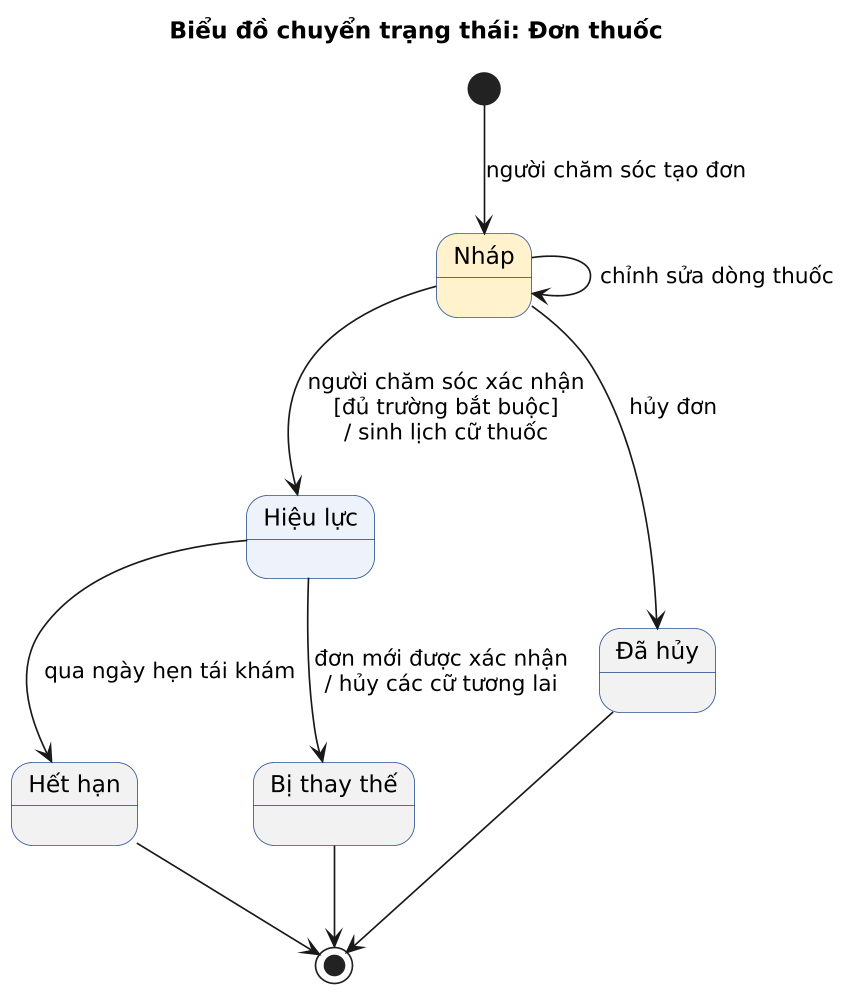
This is docs/architecture/State_Don_Thuoc.png from bblizzardd/KTPMUD, a PlantUML export, as it was before one commit.
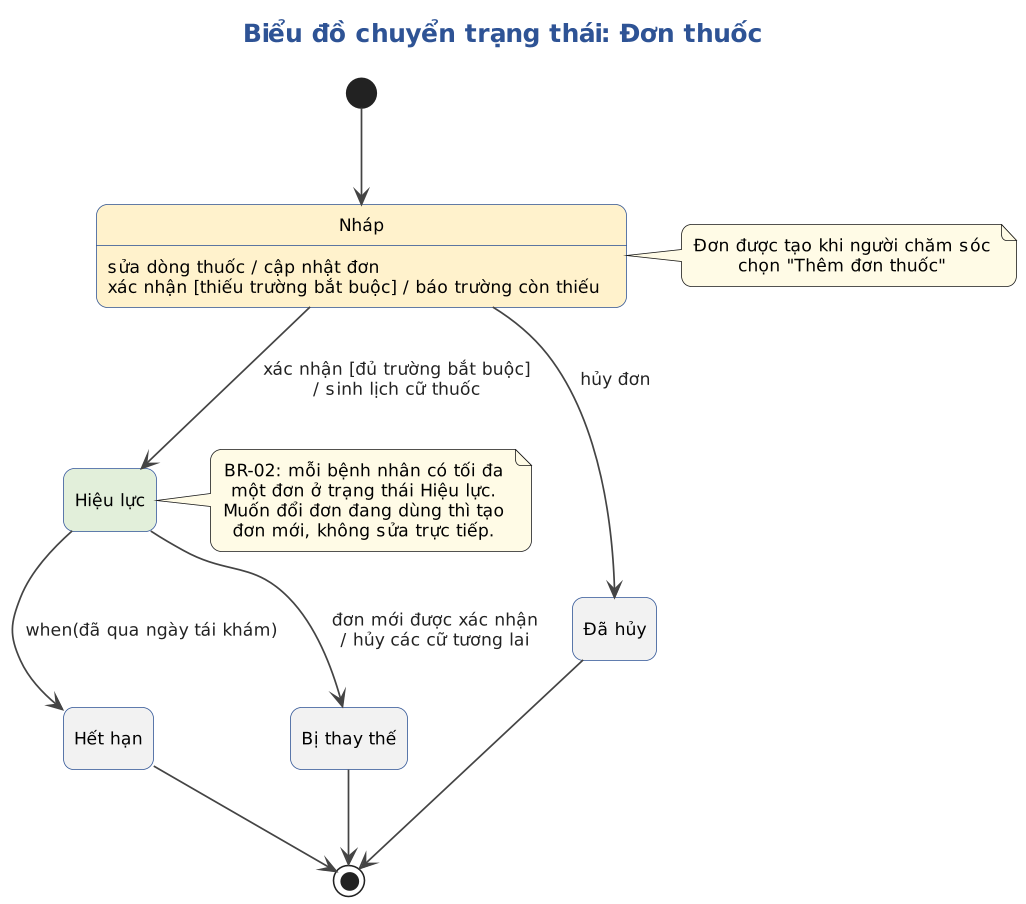
Later version of the same file.

Diff of the diagram source:
```diff
@@ -1,24 +1,32 @@
 @startuml State_Don_Thuoc
-skinparamlocked dpi 160
-skinparam defaultFontName "DejaVu Sans"
-skinparam shadowing false
-skinparam state {
-  BackgroundColor #EEF3FB
-  BorderColor #2E5395
-}
+!include lib/ktpmud_theme.puml
 title Biểu đồ chuyển trạng thái: Đơn thuốc
-state "Nháp" as Nhap #FFF2CC
-state "Hiệu lực" as HieuLuc
-state "Hết hạn" as HetHan #F2F2F2
-state "Bị thay thế" as ThayThe #F2F2F2
-state "Đã hủy" as Huy #F2F2F2
-[*] --> Nhap : người chăm sóc tạo đơn
-Nhap --> Nhap : chỉnh sửa dòng thuốc
-Nhap --> HieuLuc : người chăm sóc xác nhận\n[đủ trường bắt buộc]\n/ sinh lịch cữ thuốc
+
+state "Nháp" as Nhap $C_DRAFT
+Nhap : sửa dòng thuốc / cập nhật đơn
+Nhap : xác nhận [thiếu trường bắt buộc] / báo trường còn thiếu
+state "Hiệu lực" as HieuLuc $C_DONE
+state "Hết hạn" as HetHan $C_OFF
+state "Bị thay thế" as ThayThe $C_OFF
+state "Đã hủy" as Huy $C_OFF
+
+[*] --> Nhap
+Nhap --> HieuLuc : xác nhận [đủ trường bắt buộc]\n/ sinh lịch cữ thuốc
 Nhap --> Huy : hủy đơn
-HieuLuc --> HetHan : qua ngày hẹn tái khám
+HieuLuc --> HetHan : when(đã qua ngày tái khám)
 HieuLuc --> ThayThe : đơn mới được xác nhận\n/ hủy các cữ tương lai
 HetHan --> [*]
 ThayThe --> [*]
 Huy --> [*]
+
+note right of Nhap
+  Đơn được tạo khi người chăm sóc
+  chọn "Thêm đơn thuốc"
+end note
+note right of HieuLuc
+  BR-02: mỗi bệnh nhân có tối đa
+  một đơn ở trạng thái Hiệu lực.
+  Muốn đổi đơn đang dùng thì tạo
+  đơn mới, không sửa trực tiếp.
+end note
 @enduml
```
